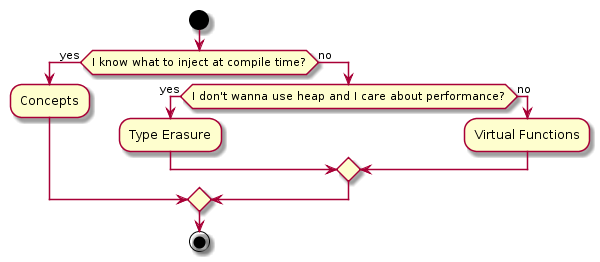
boost-ext/di keeps this PlantUML diagram as doc/concepts-driven-design-with-di/images/guideline.png. Above is the earlier version.
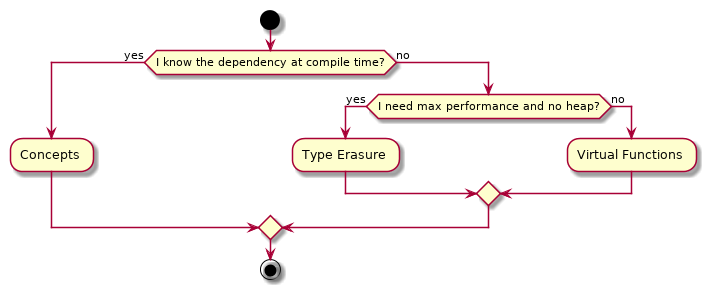
The same file after the commit.

What changed in the source:
```diff
@@ -1,16 +1,17 @@
 @startuml
+
 start
 
-if (I know what to inject at compile time?) then (yes)
+if (I know the dependency at compile time?) then (yes)
   :Concepts;
 else (no)
-   if (I don't wanna use heap and I care about performance?) then (yes)
+   if (I need max performance and no heap?) then (yes)
     :Type Erasure;
    else (no)
     :Virtual Functions;
    endif
 endif
 
+stop
 
-stop
 @enduml
```
